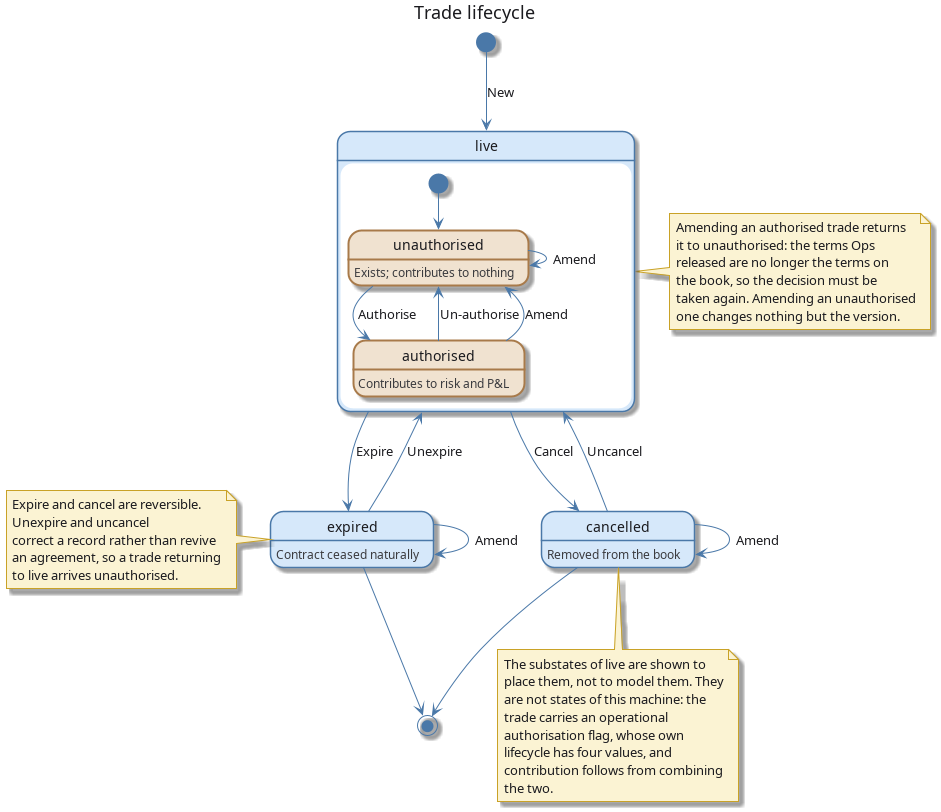
Above: doc/knowledge/domain/trade_status_lifecycle.png in OreStudio/OreStudio (PlantUML), before the change. Its source is kept beside it as doc/knowledge/domain/trade_status_lifecycle.puml.
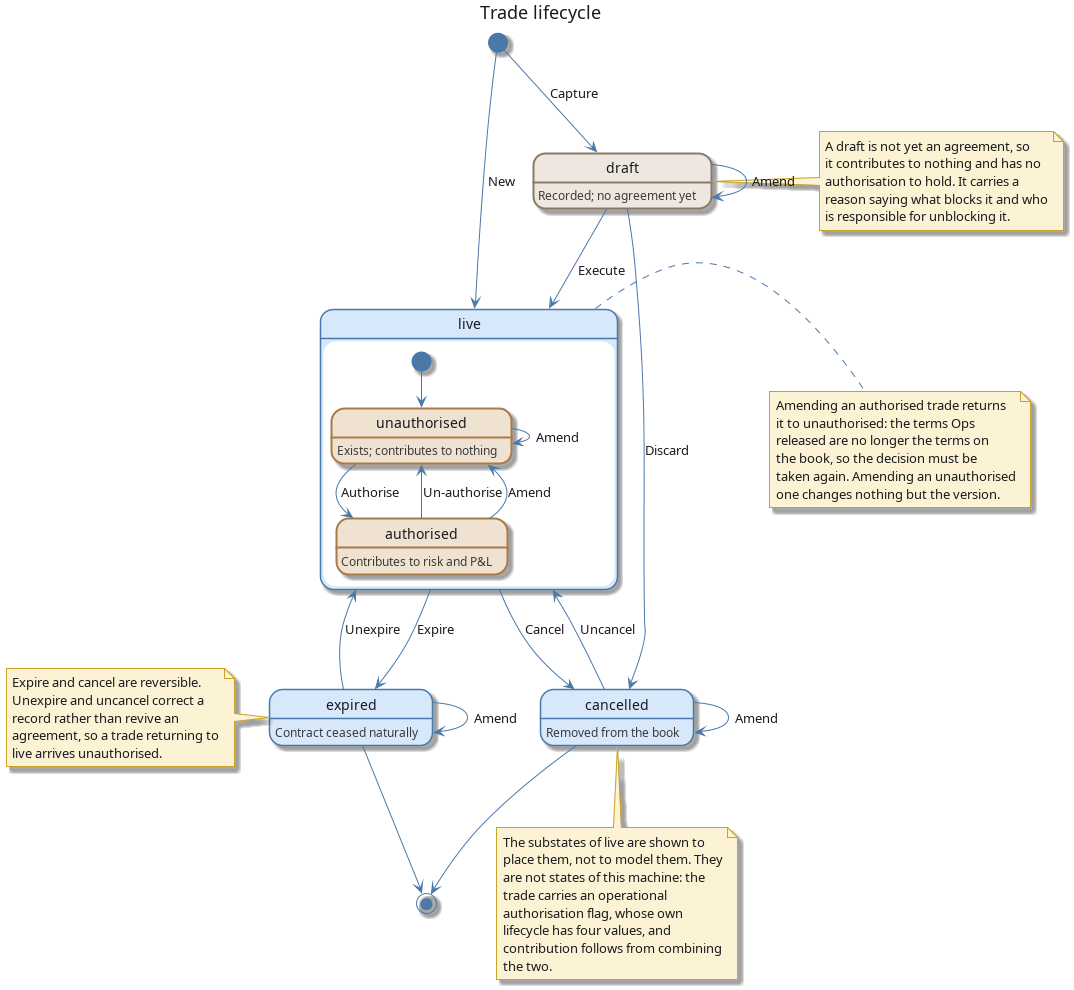
The same diagram one commit later.

Commit message:
[doc] Add the draft state

What changed in the source:
```diff
@@ -21,6 +21,10 @@
 skinparam BackgroundColor white
 skinparam DefaultFontColor #1A1A1E
 
+state "draft" as Draft #EDE7E0 ##[bold]8A7A6A
+
+Draft : Recorded; no agreement yet
+
 state "live" as Live {
   state "unauthorised" as Unauthorised #F0E2D0 ##[bold]A87A4A
   state "authorised" as Authorised #F0E2D0 ##[bold]A87A4A
@@ -41,7 +45,11 @@
 Expired : Contract ceased naturally
 Cancelled : Removed from the book
 
+[*] --> Draft : Capture
 [*] --> Live : New
+Draft --> Live : Execute
+Draft --> Cancelled : Discard
+Draft --> Draft : Amend
 Live --> Expired : Expire
 Live --> Cancelled : Cancel
 Expired --> Live : Unexpire
@@ -73,10 +81,18 @@
 
 note left of Expired
   Expire and cancel are reversible.
-  Unexpire and uncancel
-  correct a record rather than revive
-  an agreement, so a trade returning
-  to live arrives unauthorised.
+  Unexpire and uncancel correct a
+  record rather than revive an
+  agreement, so a trade returning to
+  live arrives unauthorised.
+end note
+
+note right of Draft
+  A draft is not yet an agreement, so
+  it contributes to nothing and has no
+  authorisation to hold. It carries a
+  reason saying what blocks it and who
+  is responsible for unblocking it.
 end note
 
 @enduml
```
